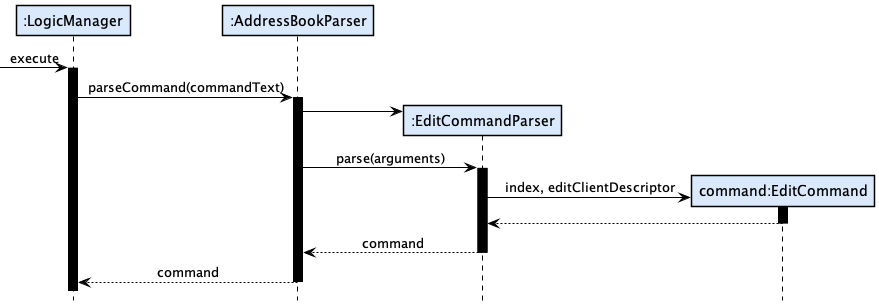
This is docs/images/tracing/LogicSequenceDiagram.png from nus-cs2103-AY2122S1/tp, a PlantUML export, as it was before one commit. Source of this version:
```plantuml
@startuml
!include ../style.puml

Participant ":LogicManager" as logic LOGIC_COLOR
Participant ":AddressBookParser" as abp LOGIC_COLOR
Participant ":EditCommandParser" as ecp LOGIC_COLOR
Participant "command:EditCommand" as ec LOGIC_COLOR

[-> logic : execute
activate logic
logic -> abp ++: parseCommand(commandText)
create ecp
abp -> ecp
abp -> ecp ++: parse(arguments)
create ec
ecp -> ec ++: index, editClientDescriptor
ec --> ecp --
ecp --> abp --: command
abp --> logic --: command

@enduml
```
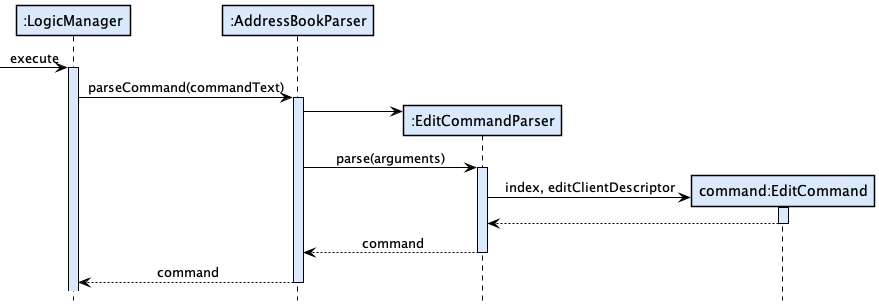
Above is the later version.

Diff of the diagram source:
```diff
@@ -7,13 +7,13 @@
 Participant "command:EditCommand" as ec LOGIC_COLOR
 
 [-> logic : execute
-activate logic
-logic -> abp ++: parseCommand(commandText)
+activate logic LOGIC_COLOR
+logic -> abp ++ LOGIC_COLOR: parseCommand(commandText)
 create ecp
 abp -> ecp
-abp -> ecp ++: parse(arguments)
+abp -> ecp ++ LOGIC_COLOR: parse(arguments)
 create ec
-ecp -> ec ++: index, editClientDescriptor
+ecp -> ec ++ LOGIC_COLOR: index, editClientDescriptor
 ec --> ecp --
 ecp --> abp --: command
 abp --> logic --: command
```
